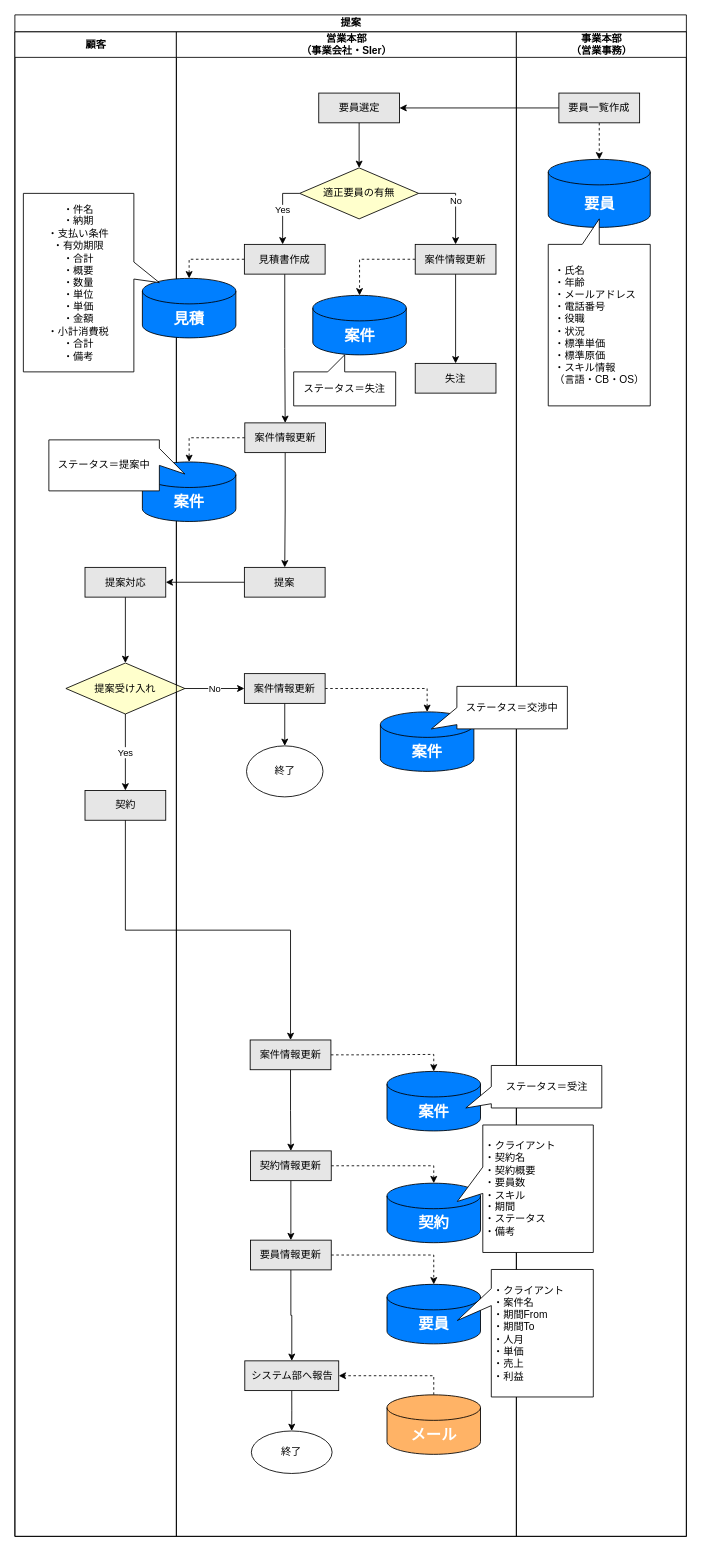
This is page "提案" (4 of 6) of 20230622To-Be業務フロー図.drawio from TaikiHorita/TaikiRepository, a draw.io file, before an edit. Source tidied: cells renumbered, new cells numbered last; positions are measured from the earlier drawing's top-left corner, leaving out a move shared by most shapes. Both pictures are drawn from the tidied source at 85%, with x=0, y=0 at pixel (14, 14).
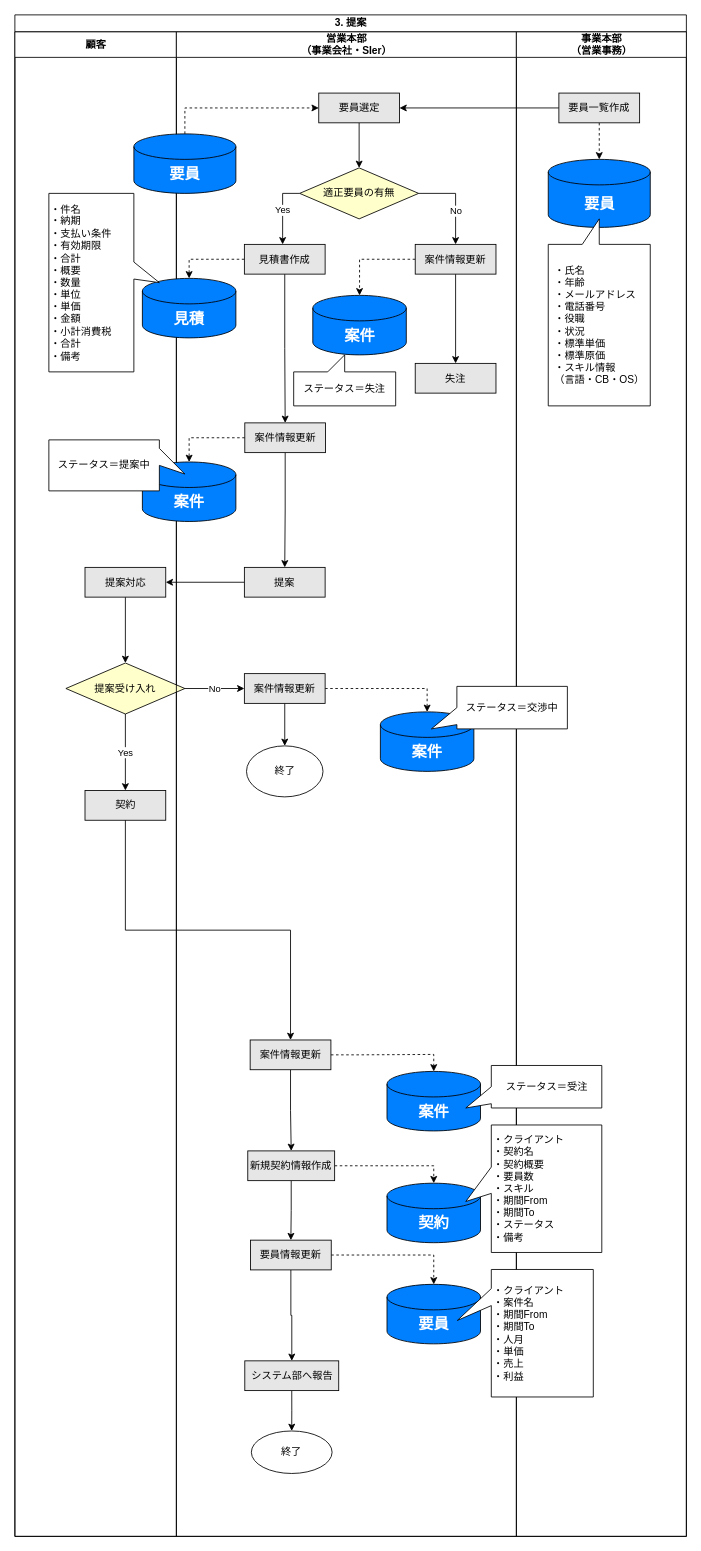
Above is the later version.

Unchanged cells that the change refers to:
```xml
<mxCell id="13" value="営業本部&lt;br&gt;（事業会社・SIer）" style="swimlane;startSize=30;html=1;" parent="2" vertex="1">
  <mxGeometry x="190" y="20" width="400" height="1770" as="geometry" />
</mxCell>
<mxCell id="15" value="適正要員の有無" style="rhombus;whiteSpace=wrap;html=1;fillColor=#FFFFCC;" parent="13" vertex="1">
  <mxGeometry x="145" y="160" width="140" height="60" as="geometry" />
</mxCell>
<mxCell id="23" value="要員選定" style="rounded=0;whiteSpace=wrap;html=1;fillColor=#E6E6E6;" parent="13" vertex="1">
  <mxGeometry x="167.5" y="72" width="95" height="35" as="geometry" />
</mxCell>
<mxCell id="39" value="案件情報更新" style="rounded=0;whiteSpace=wrap;html=1;fillColor=#E6E6E6;" parent="13" vertex="1">
  <mxGeometry x="281" y="250" width="95" height="35" as="geometry" />
</mxCell>
<mxCell id="46" value="システム部へ報告" style="rounded=0;whiteSpace=wrap;html=1;fillColor=#E6E6E6;" parent="13" vertex="1">
  <mxGeometry x="80.5" y="1563.5" width="110.5" height="35" as="geometry" />
</mxCell>
<mxCell id="57" value="事業本部&lt;br&gt;（営業事務）" style="swimlane;startSize=30;html=1;" parent="2" vertex="1">
  <mxGeometry x="590" y="20" width="200" height="1770" as="geometry" />
</mxCell>
```

What changed in the source:
```diff
@@
-    <mxCell id="2" value="提案" style="swimlane;startSize=20;html=1;" parent="1" vertex="1">
+    <mxCell id="2" value="3. 提案" style="swimlane;startSize=20;html=1;" parent="1" vertex="1">
       <mxGeometry width="790" height="1790" as="geometry" />
     </mxCell>
@@
-    <mxCell id="25" style="edgeStyle=orthogonalEdgeStyle;rounded=0;jettySize=auto;html=1;exitX=0.5;exitY=0;exitDx=0;exitDy=0;exitPerimeter=0;entryX=1;entryY=0.5;entryDx=0;entryDy=0;dashed=1;" parent="13" edge="1" source="26" target="46">
-      <mxGeometry relative="1" as="geometry" />
-    </mxCell>
-    <mxCell id="26" value="&lt;font color=&quot;#ffffff&quot;&gt;&lt;span style=&quot;font-size: 18px;&quot;&gt;&lt;b&gt;メール&lt;/b&gt;&lt;/span&gt;&lt;/font&gt;" style="shape=cylinder3;whiteSpace=wrap;html=1;boundedLbl=1;backgroundOutline=1;size=15;fillColor=#FFB366;" parent="13" vertex="1">
-      <mxGeometry x="247.8" y="1603.5" width="110" height="70" as="geometry" />
-    </mxCell>
@@
     <mxCell id="40" value="No" style="edgeStyle=orthogonalEdgeStyle;rounded=0;jettySize=auto;html=1;exitX=1;exitY=0.5;exitDx=0;exitDy=0;entryX=0.5;entryY=0;entryDx=0;entryDy=0;" parent="13" edge="1" source="15" target="39">
-      <mxGeometry relative="1" as="geometry" />
+      <mxGeometry x="0.23" relative="1" as="geometry" />
     </mxCell>
@@
-    <mxCell id="47" value="・件名&lt;br&gt;・納期&lt;br&gt;・支払い条件&lt;br&gt;・有効期限&lt;br&gt;・合計&lt;br&gt;・概要&lt;br&gt;・数量&lt;br&gt;・単位&lt;br&gt;・単価&lt;br&gt;・金額&lt;br&gt;・小計消費税&lt;br&gt;・合計&lt;br&gt;・備考" style="shape=callout;whiteSpace=wrap;html=1;perimeter=calloutPerimeter;size=30;position=0.52;direction=north;base=20;" parent="13" vertex="1">
-      <mxGeometry x="-180" y="190" width="160" height="210" as="geometry" />
+    <mxCell id="47" value="・件名&lt;br&gt;・納期&lt;br&gt;・支払い条件&lt;br&gt;・有効期限&lt;br&gt;・合計&lt;br&gt;・概要&lt;br&gt;・数量&lt;br&gt;・単位&lt;br&gt;・単価&lt;br&gt;・金額&lt;br&gt;・小計消費税&lt;br&gt;・合計&lt;br&gt;・備考" style="shape=callout;whiteSpace=wrap;html=1;perimeter=calloutPerimeter;size=30;position=0.52;direction=north;base=20;align=left;" parent="13" vertex="1">
+      <mxGeometry x="-150" y="190" width="130" height="210" as="geometry" />
     </mxCell>
@@
-    <mxCell id="53" value="契約情報更新" style="rounded=0;whiteSpace=wrap;html=1;fillColor=#E6E6E6;" parent="13" vertex="1">
-      <mxGeometry x="87.2" y="1316.5" width="95" height="35" as="geometry" />
+    <mxCell id="53" value="新規契約情報作成" style="rounded=0;whiteSpace=wrap;html=1;fillColor=#E6E6E6;" parent="13" vertex="1">
+      <mxGeometry x="84" y="1316.5" width="102.2" height="35" as="geometry" />
     </mxCell>
@@
+    <mxCell id="67" style="edgeStyle=orthogonalEdgeStyle;rounded=0;jettySize=auto;html=1;exitX=0.5;exitY=0;exitDx=0;exitDy=0;exitPerimeter=0;entryX=0;entryY=0.5;entryDx=0;entryDy=0;dashed=1;" parent="13" edge="1" source="68" target="23">
+      <mxGeometry relative="1" as="geometry" />
+    </mxCell>
+    <mxCell id="68" value="&lt;font style=&quot;font-size: 18px;&quot; color=&quot;#ffffff&quot;&gt;&lt;b&gt;要員&lt;/b&gt;&lt;/font&gt;" style="shape=cylinder3;whiteSpace=wrap;html=1;boundedLbl=1;backgroundOutline=1;size=15;fillColor=#007FFF;" parent="13" vertex="1">
+      <mxGeometry x="-50" y="120" width="120" height="70" as="geometry" />
+    </mxCell>
@@
-    <mxCell id="65" value="&lt;div style=&quot;border-color: var(--border-color);&quot;&gt;・クライアント&lt;/div&gt;&lt;div style=&quot;border-color: var(--border-color);&quot;&gt;・契約名&lt;/div&gt;&lt;div style=&quot;border-color: var(--border-color);&quot;&gt;&lt;span style=&quot;border-color: var(--border-color); background-color: initial;&quot;&gt;・契約概要&lt;/span&gt;&lt;/div&gt;&lt;div style=&quot;border-color: var(--border-color);&quot;&gt;&lt;span style=&quot;border-color: var(--border-color); background-color: initial;&quot;&gt;・要員数&lt;/span&gt;&lt;/div&gt;&lt;div style=&quot;border-color: var(--border-color);&quot;&gt;&lt;span style=&quot;border-color: var(--border-color); background-color: initial;&quot;&gt;・スキル&lt;/span&gt;&lt;/div&gt;&lt;div style=&quot;border-color: var(--border-color);&quot;&gt;&lt;span style=&quot;border-color: var(--border-color); background-color: initial;&quot;&gt;・期間&lt;/span&gt;&lt;/div&gt;&lt;div style=&quot;border-color: var(--border-color);&quot;&gt;&lt;span style=&quot;border-color: var(--border-color); background-color: initial;&quot;&gt;・ステータス&lt;/span&gt;&lt;/div&gt;&lt;div style=&quot;border-color: var(--border-color);&quot;&gt;&lt;span style=&quot;border-color: var(--border-color); background-color: initial;&quot;&gt;・備考&lt;/span&gt;&lt;/div&gt;" style="shape=callout;whiteSpace=wrap;html=1;perimeter=calloutPerimeter;direction=south;position2=0.6;size=30;position=0.33;base=31;align=left;" parent="57" vertex="1">
-      <mxGeometry x="-69.5" y="1286" width="160" height="150" as="geometry" />
+    <mxCell id="65" value="&lt;div style=&quot;border-color: var(--border-color);&quot;&gt;・クライアント&lt;/div&gt;&lt;div style=&quot;border-color: var(--border-color);&quot;&gt;・契約名&lt;/div&gt;&lt;div style=&quot;border-color: var(--border-color);&quot;&gt;&lt;span style=&quot;border-color: var(--border-color); background-color: initial;&quot;&gt;・契約概要&lt;/span&gt;&lt;/div&gt;&lt;div style=&quot;border-color: var(--border-color);&quot;&gt;&lt;span style=&quot;border-color: var(--border-color); background-color: initial;&quot;&gt;・要員数&lt;/span&gt;&lt;/div&gt;&lt;div style=&quot;border-color: var(--border-color);&quot;&gt;&lt;span style=&quot;border-color: var(--border-color); background-color: initial;&quot;&gt;・スキル&lt;/span&gt;&lt;/div&gt;&lt;div style=&quot;border-color: var(--border-color);&quot;&gt;&lt;span style=&quot;border-color: var(--border-color); background-color: initial;&quot;&gt;・期間From&lt;/span&gt;&lt;/div&gt;&lt;div style=&quot;border-color: var(--border-color);&quot;&gt;&lt;span style=&quot;border-color: var(--border-color); background-color: initial;&quot;&gt;・期間To&lt;/span&gt;&lt;/div&gt;&lt;div style=&quot;border-color: var(--border-color);&quot;&gt;&lt;span style=&quot;border-color: var(--border-color); background-color: initial;&quot;&gt;・ステータス&lt;/span&gt;&lt;/div&gt;&lt;div style=&quot;border-color: var(--border-color);&quot;&gt;&lt;span style=&quot;border-color: var(--border-color); background-color: initial;&quot;&gt;・備考&lt;/span&gt;&lt;/div&gt;" style="shape=callout;whiteSpace=wrap;html=1;perimeter=calloutPerimeter;direction=south;position2=0.6;size=30;position=0.33;base=31;align=left;" parent="57" vertex="1">
+      <mxGeometry x="-59.5" y="1286" width="160" height="150" as="geometry" />
     </mxCell>
```
